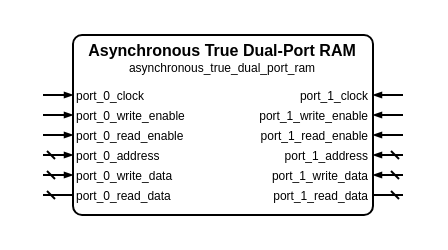
Earlier version of the draw.io diagram sources/memory/asynchronous_true_dual_port_ram/asynchronous_true_dual_port_ram.symbol.drawio (Louis-DR/OmniCores-BuildingBlocks). Source tidied: cells renumbered, new cells numbered last; positions are measured from the earlier drawing's top-left corner, leaving out a move shared by most shapes. Both pictures are drawn from the tidied source at 200%, with x=0, y=0 at pixel (42, 34).
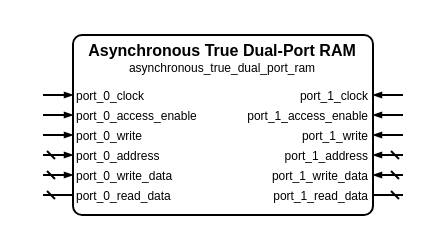
The same diagram, later.

Commit message (it also covers changes not shown here):
[Change] Change true dual-port RAMs interface to access_enable/write + add optional combinational read data to all RAMs

The change refers to these unchanged cells:
```xml
<mxCell id="2" style="group;" parent="1" vertex="1">
  <mxGeometry width="180" height="90" as="geometry" />
</mxCell>
```

The edit, as a diff of the source:
```diff
@@
-    <mxCell id="10" value="port_0_write_enable" style="text;html=1;align=left;verticalAlign=middle;whiteSpace=wrap;rounded=0;fontSize=6;fontStyle=0;fontColor=black;" parent="2" vertex="1">
-      <mxGeometry x="15" y="40" width="150" as="geometry" />
-    </mxCell>
-    <mxCell id="11" style="html=1;rounded=1;strokeWidth=1;strokeColor=black;startFill=0;startSize=2;startArrow=none;endFill=1;endSize=2;endArrow=blockThin;sourcePerimeterSpacing=0;" parent="2" edge="1">
-      <mxGeometry relative="1" as="geometry">
-        <mxPoint y="40" as="sourcePoint" />
-        <mxPoint x="15" y="40" as="targetPoint" />
-      </mxGeometry>
-    </mxCell>
-    <mxCell id="12" value="port_1_write_enable" style="text;html=1;align=right;verticalAlign=middle;whiteSpace=wrap;rounded=0;fontSize=6;fontStyle=0;fontColor=black;" parent="2" vertex="1">
-      <mxGeometry x="15" y="40" width="150" as="geometry" />
-    </mxCell>
-    <mxCell id="13" style="html=1;rounded=1;strokeWidth=1;strokeColor=black;startFill=0;startSize=2;startArrow=none;endFill=1;endSize=2;endArrow=blockThin;sourcePerimeterSpacing=0;" parent="2" edge="1">
-      <mxGeometry relative="1" as="geometry">
-        <mxPoint x="180" y="40" as="sourcePoint" />
-        <mxPoint x="165" y="40" as="targetPoint" />
-      </mxGeometry>
-    </mxCell>
-    <mxCell id="14" value="port_0_read_enable" style="text;html=1;align=left;verticalAlign=middle;whiteSpace=wrap;rounded=0;fontSize=6;fontStyle=0;fontColor=black;" parent="2" vertex="1">
-      <mxGeometry x="15" y="50" width="150" as="geometry" />
-    </mxCell>
-    <mxCell id="15" style="html=1;rounded=1;strokeWidth=1;strokeColor=black;startFill=0;startSize=2;startArrow=none;endFill=1;endSize=2;endArrow=blockThin;sourcePerimeterSpacing=0;" parent="2" edge="1">
-      <mxGeometry relative="1" as="geometry">
-        <mxPoint y="50" as="sourcePoint" />
-        <mxPoint x="15" y="50" as="targetPoint" />
-      </mxGeometry>
-    </mxCell>
-    <mxCell id="16" value="port_1_read_enable" style="text;html=1;align=right;verticalAlign=middle;whiteSpace=wrap;rounded=0;fontSize=6;fontStyle=0;fontColor=black;" parent="2" vertex="1">
-      <mxGeometry x="15" y="50" width="150" as="geometry" />
-    </mxCell>
-    <mxCell id="17" style="html=1;rounded=1;strokeWidth=1;strokeColor=black;startFill=0;startSize=2;startArrow=none;endFill=1;endSize=2;endArrow=blockThin;sourcePerimeterSpacing=0;" parent="2" edge="1">
-      <mxGeometry relative="1" as="geometry">
-        <mxPoint x="180" y="50" as="sourcePoint" />
-        <mxPoint x="165" y="50" as="targetPoint" />
-      </mxGeometry>
-    </mxCell>
+    <mxCell id="30" value="port_0_access_enable" style="text;html=1;align=left;verticalAlign=middle;whiteSpace=wrap;rounded=0;fontSize=6;fontStyle=0;fontColor=black;" parent="2" vertex="1">
+      <mxGeometry x="15" y="40" width="150" as="geometry" />
+    </mxCell>
+    <mxCell id="31" style="html=1;rounded=1;strokeWidth=1;strokeColor=black;startFill=0;startSize=2;startArrow=none;endFill=1;endSize=2;endArrow=blockThin;sourcePerimeterSpacing=0;" parent="2" edge="1">
+      <mxGeometry relative="1" as="geometry">
+        <mxPoint y="40" as="sourcePoint" />
+        <mxPoint x="15" y="40" as="targetPoint" />
+      </mxGeometry>
+    </mxCell>
+    <mxCell id="32" value="port_1_access_enable" style="text;html=1;align=right;verticalAlign=middle;whiteSpace=wrap;rounded=0;fontSize=6;fontStyle=0;fontColor=black;" parent="2" vertex="1">
+      <mxGeometry x="15" y="40" width="150" as="geometry" />
+    </mxCell>
+    <mxCell id="33" style="html=1;rounded=1;strokeWidth=1;strokeColor=black;startFill=0;startSize=2;startArrow=none;endFill=1;endSize=2;endArrow=blockThin;sourcePerimeterSpacing=0;" parent="2" edge="1">
+      <mxGeometry relative="1" as="geometry">
+        <mxPoint x="180" y="40" as="sourcePoint" />
+        <mxPoint x="165" y="40" as="targetPoint" />
+      </mxGeometry>
+    </mxCell>
+    <mxCell id="34" value="port_0_write" style="text;html=1;align=left;verticalAlign=middle;whiteSpace=wrap;rounded=0;fontSize=6;fontStyle=0;fontColor=black;" parent="2" vertex="1">
+      <mxGeometry x="15" y="50" width="150" as="geometry" />
+    </mxCell>
+    <mxCell id="35" style="html=1;rounded=1;strokeWidth=1;strokeColor=black;startFill=0;startSize=2;startArrow=none;endFill=1;endSize=2;endArrow=blockThin;sourcePerimeterSpacing=0;" parent="2" edge="1">
+      <mxGeometry relative="1" as="geometry">
+        <mxPoint y="50" as="sourcePoint" />
+        <mxPoint x="15" y="50" as="targetPoint" />
+      </mxGeometry>
+    </mxCell>
+    <mxCell id="36" value="port_1_write" style="text;html=1;align=right;verticalAlign=middle;whiteSpace=wrap;rounded=0;fontSize=6;fontStyle=0;fontColor=black;" parent="2" vertex="1">
+      <mxGeometry x="15" y="50" width="150" as="geometry" />
+    </mxCell>
+    <mxCell id="37" style="html=1;rounded=1;strokeWidth=1;strokeColor=black;startFill=0;startSize=2;startArrow=none;endFill=1;endSize=2;endArrow=blockThin;sourcePerimeterSpacing=0;" parent="2" edge="1">
+      <mxGeometry relative="1" as="geometry">
+        <mxPoint x="180" y="50" as="sourcePoint" />
+        <mxPoint x="165" y="50" as="targetPoint" />
+      </mxGeometry>
+    </mxCell>
```
